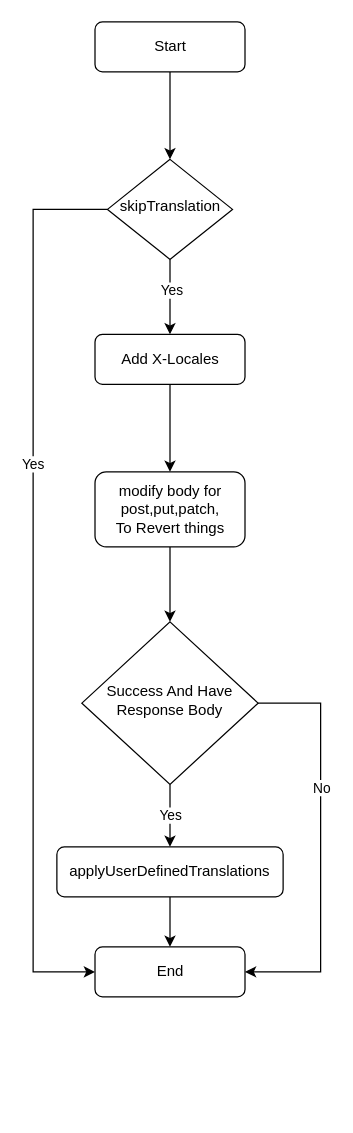
SmileSB1O1/draw-active keeps this draw.io diagram as User-Defined-FEE-Translate-Flow.drawio. Above is the earlier version. Source tidied: cells renumbered, new cells numbered last; positions are measured from the earlier drawing's top-left corner, leaving out a move shared by most shapes. Both pictures are drawn from the tidied source at 125%, with x=0, y=0 at pixel (32, 21).
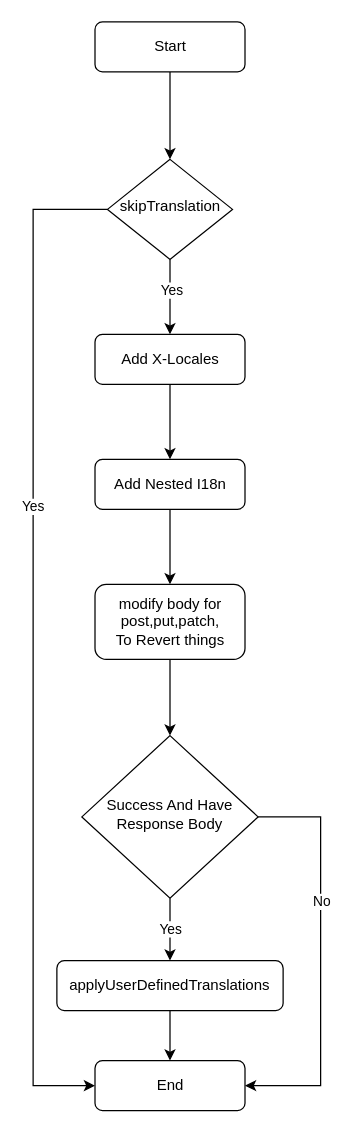
After the change.

Unchanged cells that the change refers to:
```xml
<mxCell id="8" value="skipTranslation" style="rhombus;whiteSpace=wrap;html=1;shadow=0;fontFamily=Helvetica;fontSize=12;align=center;strokeWidth=1;spacing=6;spacingTop=-4;" parent="1" vertex="1">
  <mxGeometry x="59.5" y="110" width="100" height="80" as="geometry" />
</mxCell>
<mxCell id="11" value="Add X-Locales" style="rounded=1;whiteSpace=wrap;html=1;fontSize=12;glass=0;strokeWidth=1;shadow=0;" parent="1" vertex="1">
  <mxGeometry x="49.5" y="250" width="120" height="40" as="geometry" />
</mxCell>
```

The edit, as a diff of the source:
```diff
@@
     <mxCell id="4" style="edgeStyle=orthogonalEdgeStyle;rounded=0;jettySize=auto;html=1;exitX=0;exitY=0.5;exitDx=0;exitDy=0;entryX=0;entryY=0.5;entryDx=0;entryDy=0;" parent="1" edge="1" source="8" target="9">
       <mxGeometry relative="1" as="geometry">
         <Array as="points">
           <mxPoint y="150" />
-          <mxPoint y="760" />
+          <mxPoint y="851" />
         </Array>
       </mxGeometry>
     </mxCell>
@@
     <mxCell id="9" value="End" style="rounded=1;whiteSpace=wrap;html=1;fontSize=12;glass=0;strokeWidth=1;shadow=0;" parent="1" vertex="1">
-      <mxGeometry x="49.5" y="740" width="120" height="40" as="geometry" />
+      <mxGeometry x="49.5" y="831" width="120" height="40" as="geometry" />
     </mxCell>
-    <mxCell id="10" style="edgeStyle=orthogonalEdgeStyle;rounded=0;jettySize=auto;html=1;entryX=0.5;entryY=0;entryDx=0;entryDy=0;" parent="1" edge="1" source="11" target="13">
-      <mxGeometry relative="1" as="geometry" />
-    </mxCell>
+    <mxCell id="20" style="edgeStyle=orthogonalEdgeStyle;rounded=0;jettySize=auto;html=1;exitX=0.5;exitY=1;exitDx=0;exitDy=0;" parent="1" edge="1" source="11" target="22">
+      <mxGeometry relative="1" as="geometry" />
+    </mxCell>
@@
     <mxCell id="13" value="modify body for post,put,patch,&lt;br&gt;To Revert things" style="rounded=1;whiteSpace=wrap;html=1;fontSize=12;glass=0;strokeWidth=1;shadow=0;" parent="1" vertex="1">
-      <mxGeometry x="49.5" y="360" width="120" height="60" as="geometry" />
+      <mxGeometry x="49.5" y="450" width="120" height="60" as="geometry" />
     </mxCell>
@@
     <mxCell id="15" style="edgeStyle=orthogonalEdgeStyle;rounded=0;jettySize=auto;html=1;entryX=1;entryY=0.5;entryDx=0;entryDy=0;exitX=1;exitY=0.5;exitDx=0;exitDy=0;" parent="1" edge="1" source="17" target="9">
       <mxGeometry relative="1" as="geometry">
         <Array as="points">
-          <mxPoint x="230" y="545" />
-          <mxPoint x="230" y="760" />
+          <mxPoint x="230" y="636" />
+          <mxPoint x="230" y="851" />
         </Array>
       </mxGeometry>
     </mxCell>
@@
     <mxCell id="17" value="Success And Have Response Body" style="rhombus;whiteSpace=wrap;html=1;shadow=0;fontFamily=Helvetica;fontSize=12;align=center;strokeWidth=1;spacing=6;spacingTop=-4;" parent="1" vertex="1">
-      <mxGeometry x="39" y="480" width="141" height="130" as="geometry" />
+      <mxGeometry x="39" y="571" width="141" height="130" as="geometry" />
     </mxCell>
@@
     <mxCell id="19" value="applyUserDefinedTranslations" style="rounded=1;whiteSpace=wrap;html=1;fontSize=12;glass=0;strokeWidth=1;shadow=0;" parent="1" vertex="1">
-      <mxGeometry x="19" y="660" width="181" height="40" as="geometry" />
+      <mxGeometry x="19" y="751" width="181" height="40" as="geometry" />
     </mxCell>
+    <mxCell id="21" style="edgeStyle=orthogonalEdgeStyle;rounded=0;jettySize=auto;html=1;exitX=0.5;exitY=1;exitDx=0;exitDy=0;" parent="1" edge="1" source="22" target="13">
+      <mxGeometry relative="1" as="geometry" />
+    </mxCell>
+    <mxCell id="22" value="Add Nested I18n" style="rounded=1;whiteSpace=wrap;html=1;fontSize=12;glass=0;strokeWidth=1;shadow=0;" parent="1" vertex="1">
+      <mxGeometry x="49.5" y="350" width="120" height="40" as="geometry" />
+    </mxCell>
```
